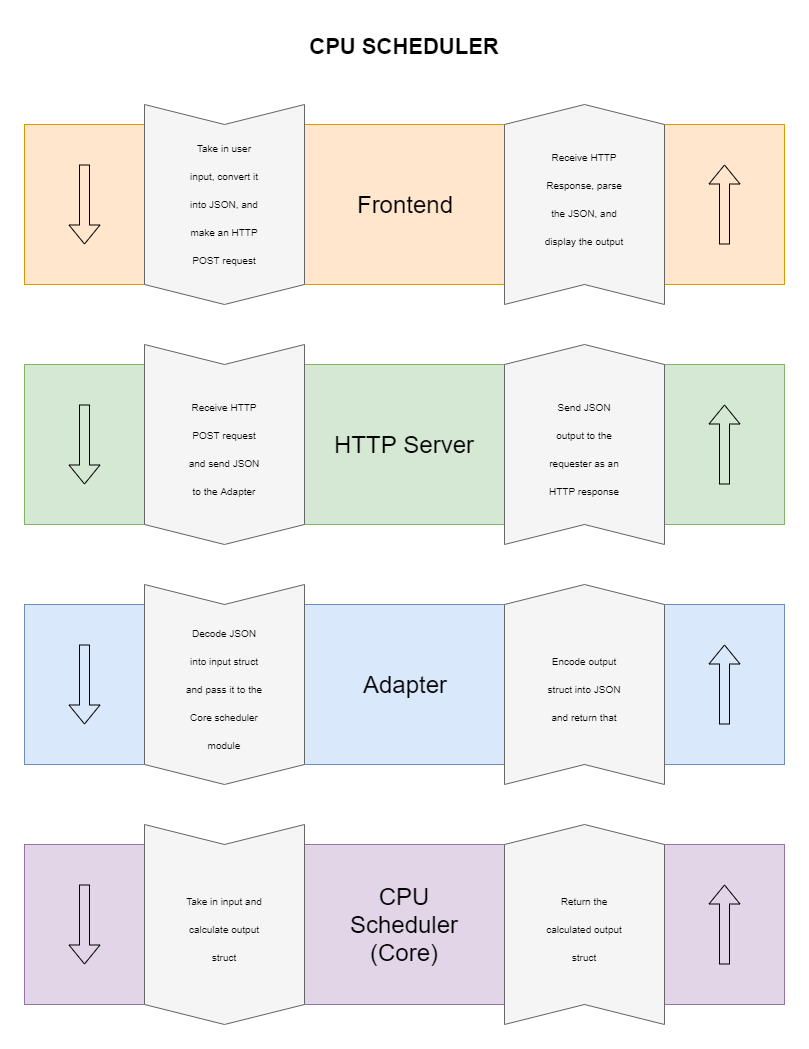
The draw.io diagram Diagrams/color_cpu_scheduler.png in samuelludwig/cpu-scheduler, before a commit. Source tidied: cells renumbered, new cells last; positions are measured from the earlier drawing's top-left corner, leaving out a move shared by most shapes. The source it was exported from:
```xml
<mxGraphModel>
  <root>
    <mxCell id="0" />
    <mxCell id="1" parent="0" />
    <mxCell id="2" style="rounded=0;whiteSpace=wrap;html=1;labelBackgroundColor=none;labelBorderColor=none;fillColor=#ffe6cc;strokeColor=#d79b00;" parent="1" vertex="1">
      <mxGeometry y="100" width="760" height="160" as="geometry" />
    </mxCell>
    <mxCell id="3" style="rounded=0;whiteSpace=wrap;html=1;fillColor=#d5e8d4;strokeColor=#82b366;" parent="1" vertex="1">
      <mxGeometry y="340" width="760" height="160" as="geometry" />
    </mxCell>
    <mxCell id="4" style="rounded=0;whiteSpace=wrap;html=1;fillColor=#dae8fc;strokeColor=#6c8ebf;" parent="1" vertex="1">
      <mxGeometry y="580" width="760" height="160" as="geometry" />
    </mxCell>
    <mxCell id="5" style="rounded=0;whiteSpace=wrap;html=1;fillColor=#e1d5e7;strokeColor=#9673a6;" parent="1" vertex="1">
      <mxGeometry y="820" width="760" height="160" as="geometry" />
    </mxCell>
    <mxCell id="6" style="shape=step;perimeter=stepPerimeter;whiteSpace=wrap;html=1;fixedSize=1;rotation=90;fillColor=#f5f5f5;strokeColor=#666666;fontColor=#333333;" parent="1" vertex="1">
      <mxGeometry x="100" y="100" width="200" height="160" as="geometry" />
    </mxCell>
    <mxCell id="7" style="shape=step;perimeter=stepPerimeter;whiteSpace=wrap;html=1;fixedSize=1;rotation=90;fillColor=#f5f5f5;strokeColor=#666666;fontColor=#333333;" parent="1" vertex="1">
      <mxGeometry x="100" y="820" width="200" height="160" as="geometry" />
    </mxCell>
    <mxCell id="8" style="shape=step;perimeter=stepPerimeter;whiteSpace=wrap;html=1;fixedSize=1;rotation=90;fillColor=#f5f5f5;strokeColor=#666666;fontColor=#333333;" parent="1" vertex="1">
      <mxGeometry x="100" y="580" width="200" height="160" as="geometry" />
    </mxCell>
    <mxCell id="9" style="shape=step;perimeter=stepPerimeter;whiteSpace=wrap;html=1;fixedSize=1;rotation=90;fillColor=#f5f5f5;strokeColor=#666666;fontColor=#333333;" parent="1" vertex="1">
      <mxGeometry x="100" y="340" width="200" height="160" as="geometry" />
    </mxCell>
    <mxCell id="10" style="shape=step;perimeter=stepPerimeter;whiteSpace=wrap;html=1;fixedSize=1;rotation=-90;fillColor=#f5f5f5;strokeColor=#666666;fontColor=#333333;" parent="1" vertex="1">
      <mxGeometry x="460" y="100" width="200" height="160" as="geometry" />
    </mxCell>
    <mxCell id="11" style="shape=step;perimeter=stepPerimeter;whiteSpace=wrap;html=1;fixedSize=1;rotation=-90;fillColor=#f5f5f5;strokeColor=#666666;fontColor=#333333;" parent="1" vertex="1">
      <mxGeometry x="460" y="820" width="200" height="160" as="geometry" />
    </mxCell>
    <mxCell id="12" style="shape=step;perimeter=stepPerimeter;whiteSpace=wrap;html=1;fixedSize=1;rotation=-90;fillColor=#f5f5f5;strokeColor=#666666;fontColor=#333333;" parent="1" vertex="1">
      <mxGeometry x="460" y="580" width="200" height="160" as="geometry" />
    </mxCell>
    <mxCell id="13" style="shape=step;perimeter=stepPerimeter;whiteSpace=wrap;html=1;fixedSize=1;rotation=-90;fillColor=#f5f5f5;strokeColor=#666666;fontColor=#333333;" parent="1" vertex="1">
      <mxGeometry x="460" y="340" width="200" height="160" as="geometry" />
    </mxCell>
    <mxCell id="14" value="&lt;font style=&quot;font-size: 26px&quot;&gt;&lt;b style=&quot;font-size: 22px&quot;&gt;CPU SCHEDULER&lt;/b&gt;&lt;/font&gt;" style="text;html=1;strokeColor=none;fillColor=none;align=center;verticalAlign=middle;whiteSpace=wrap;rounded=0;fontSize=26;" parent="1" vertex="1">
      <mxGeometry x="280" width="200" height="40" as="geometry" />
    </mxCell>
    <mxCell id="15" style="shape=flexArrow;endArrow=classic;html=1;" parent="1" edge="1">
      <mxGeometry relative="1" as="geometry">
        <mxPoint x="60" y="140" as="sourcePoint" />
        <mxPoint x="60" y="220" as="targetPoint" />
      </mxGeometry>
    </mxCell>
    <mxCell id="16" style="shape=flexArrow;endArrow=classic;html=1;" parent="1" edge="1">
      <mxGeometry relative="1" as="geometry">
        <mxPoint x="60" y="860" as="sourcePoint" />
        <mxPoint x="60" y="940" as="targetPoint" />
      </mxGeometry>
    </mxCell>
    <mxCell id="17" style="shape=flexArrow;endArrow=classic;html=1;" parent="1" edge="1">
      <mxGeometry relative="1" as="geometry">
        <mxPoint x="60" y="620" as="sourcePoint" />
        <mxPoint x="60" y="700" as="targetPoint" />
      </mxGeometry>
    </mxCell>
    <mxCell id="18" style="shape=flexArrow;endArrow=classic;html=1;" parent="1" edge="1">
      <mxGeometry relative="1" as="geometry">
        <mxPoint x="60" y="380" as="sourcePoint" />
        <mxPoint x="60" y="460" as="targetPoint" />
      </mxGeometry>
    </mxCell>
    <mxCell id="19" style="shape=flexArrow;endArrow=classic;html=1;" parent="1" edge="1">
      <mxGeometry relative="1" as="geometry">
        <mxPoint x="700" y="220" as="sourcePoint" />
        <mxPoint x="700" y="140" as="targetPoint" />
      </mxGeometry>
    </mxCell>
    <mxCell id="20" style="shape=flexArrow;endArrow=classic;html=1;" parent="1" edge="1">
      <mxGeometry relative="1" as="geometry">
        <mxPoint x="700" y="460" as="sourcePoint" />
        <mxPoint x="700" y="380" as="targetPoint" />
      </mxGeometry>
    </mxCell>
    <mxCell id="21" style="shape=flexArrow;endArrow=classic;html=1;" parent="1" edge="1">
      <mxGeometry relative="1" as="geometry">
        <mxPoint x="700" y="700" as="sourcePoint" />
        <mxPoint x="700" y="620" as="targetPoint" />
      </mxGeometry>
    </mxCell>
    <mxCell id="22" style="shape=flexArrow;endArrow=classic;html=1;" parent="1" edge="1">
      <mxGeometry relative="1" as="geometry">
        <mxPoint x="700" y="940" as="sourcePoint" />
        <mxPoint x="700" y="860" as="targetPoint" />
      </mxGeometry>
    </mxCell>
    <mxCell id="23" value="Frontend" style="text;html=1;strokeColor=none;fillColor=none;align=center;verticalAlign=middle;whiteSpace=wrap;rounded=0;fontSize=24;" parent="1" vertex="1">
      <mxGeometry x="300" y="170" width="160" height="20" as="geometry" />
    </mxCell>
    <mxCell id="24" value="HTTP Server" style="text;html=1;strokeColor=none;fillColor=none;align=center;verticalAlign=middle;whiteSpace=wrap;rounded=0;fontSize=24;" parent="1" vertex="1">
      <mxGeometry x="300" y="410" width="160" height="20" as="geometry" />
    </mxCell>
    <mxCell id="25" value="CPU Scheduler (Core)" style="text;html=1;strokeColor=none;fillColor=none;align=center;verticalAlign=middle;whiteSpace=wrap;rounded=0;fontSize=24;" parent="1" vertex="1">
      <mxGeometry x="300" y="890" width="160" height="20" as="geometry" />
    </mxCell>
    <mxCell id="26" value="Adapter" style="text;html=1;strokeColor=none;fillColor=none;align=center;verticalAlign=middle;whiteSpace=wrap;rounded=0;fontSize=24;" parent="1" vertex="1">
      <mxGeometry x="300" y="650" width="160" height="20" as="geometry" />
    </mxCell>
    <mxCell id="27" value="&lt;font style=&quot;line-height: 100% ; font-size: 10px&quot;&gt;Take in user input, convert it into JSON, and make an HTTP POST request&lt;/font&gt;" style="text;html=1;strokeColor=none;fillColor=none;align=center;verticalAlign=middle;whiteSpace=wrap;rounded=0;fontSize=24;" parent="1" vertex="1">
      <mxGeometry x="160" y="130" width="80" height="90" as="geometry" />
    </mxCell>
    <mxCell id="28" value="&lt;font style=&quot;font-size: 10px&quot;&gt;Send JSON output to the requester as an HTTP response&lt;/font&gt;" style="text;html=1;strokeColor=none;fillColor=none;align=center;verticalAlign=middle;whiteSpace=wrap;rounded=0;fontSize=24;" parent="1" vertex="1">
      <mxGeometry x="520" y="375" width="80" height="90" as="geometry" />
    </mxCell>
    <mxCell id="29" value="&lt;font style=&quot;font-size: 10px&quot;&gt;Receive HTTP POST request and send JSON to the Adapter&lt;/font&gt;" style="text;html=1;strokeColor=none;fillColor=none;align=center;verticalAlign=middle;whiteSpace=wrap;rounded=0;fontSize=24;" parent="1" vertex="1">
      <mxGeometry x="160" y="375" width="80" height="90" as="geometry" />
    </mxCell>
    <mxCell id="30" value="&lt;font style=&quot;font-size: 10px&quot;&gt;Receive HTTP Response, parse the JSON, and display the output&lt;/font&gt;" style="text;html=1;strokeColor=none;fillColor=none;align=center;verticalAlign=middle;whiteSpace=wrap;rounded=0;fontSize=24;spacing=2;" parent="1" vertex="1">
      <mxGeometry x="515" y="125" width="90" height="90" as="geometry" />
    </mxCell>
    <mxCell id="31" value="&lt;font style=&quot;font-size: 10px&quot;&gt;Encode output struct into JSON and return that&lt;/font&gt;" style="text;html=1;strokeColor=none;fillColor=none;align=center;verticalAlign=middle;whiteSpace=wrap;rounded=0;fontSize=24;" parent="1" vertex="1">
      <mxGeometry x="520" y="615" width="80" height="90" as="geometry" />
    </mxCell>
    <mxCell id="32" value="&lt;font style=&quot;font-size: 10px&quot;&gt;Decode JSON into input struct and pass it to the Core scheduler module&lt;/font&gt;" style="text;html=1;strokeColor=none;fillColor=none;align=center;verticalAlign=middle;whiteSpace=wrap;rounded=0;fontSize=24;" parent="1" vertex="1">
      <mxGeometry x="160" y="615" width="80" height="90" as="geometry" />
    </mxCell>
    <mxCell id="33" value="&lt;font style=&quot;font-size: 10px&quot;&gt;Return the calculated output struct&lt;/font&gt;" style="text;html=1;strokeColor=none;fillColor=none;align=center;verticalAlign=middle;whiteSpace=wrap;rounded=0;fontSize=24;" parent="1" vertex="1">
      <mxGeometry x="520" y="855" width="80" height="90" as="geometry" />
    </mxCell>
    <mxCell id="34" value="&lt;span style=&quot;font-size: 10px&quot;&gt;Take in input and calculate output struct&lt;/span&gt;" style="text;html=1;strokeColor=none;fillColor=none;align=center;verticalAlign=middle;whiteSpace=wrap;rounded=0;fontSize=24;" parent="1" vertex="1">
      <mxGeometry x="160" y="855" width="80" height="90" as="geometry" />
    </mxCell>
  </root>
</mxGraphModel>
```
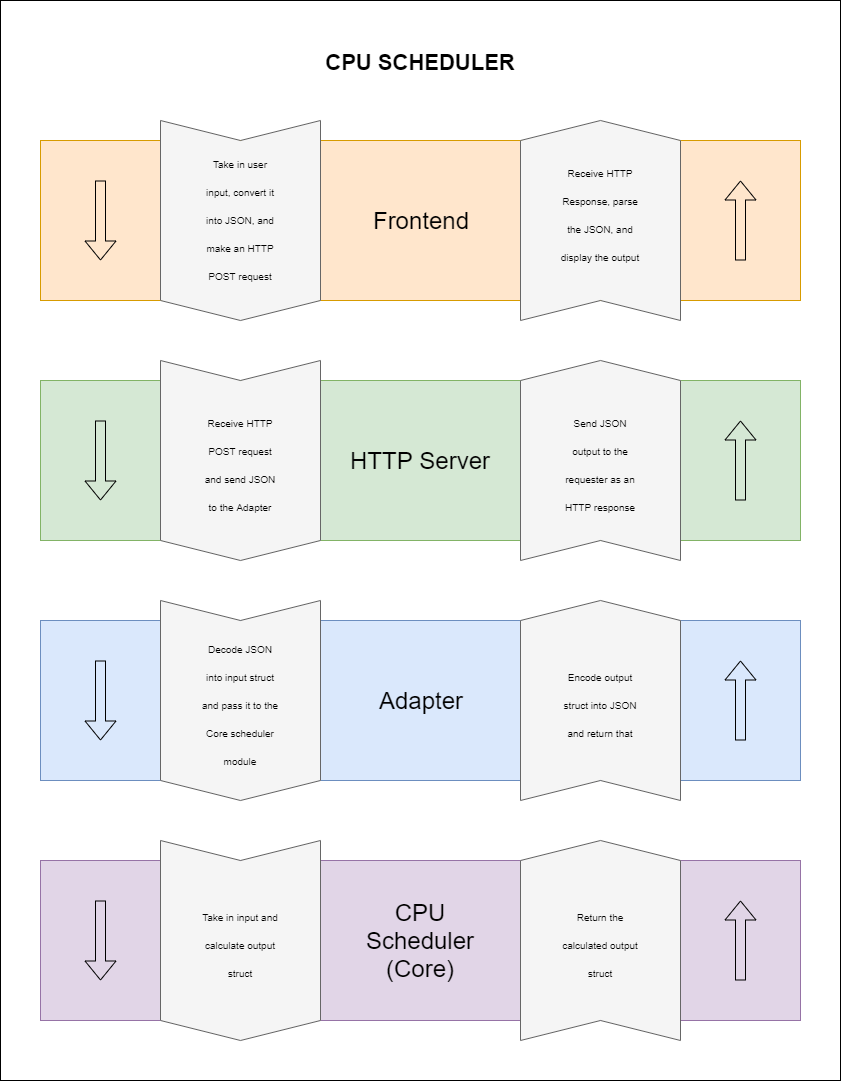
After the commit.

Commit message:
Correct image link in main README

The edit, as a diff of the source:
```diff
@@ -2,6 +2,9 @@
   <root>
     <mxCell id="0" />
     <mxCell id="1" parent="0" />
+    <mxCell id="35" style="rounded=0;whiteSpace=wrap;html=1;" parent="1" vertex="1">
+      <mxGeometry x="-40" y="-40" width="840" height="1080" as="geometry" />
+    </mxCell>
     <mxCell id="2" style="rounded=0;whiteSpace=wrap;html=1;labelBackgroundColor=none;labelBorderColor=none;fillColor=#ffe6cc;strokeColor=#d79b00;" parent="1" vertex="1">
       <mxGeometry y="100" width="760" height="160" as="geometry" />
     </mxCell>
```
